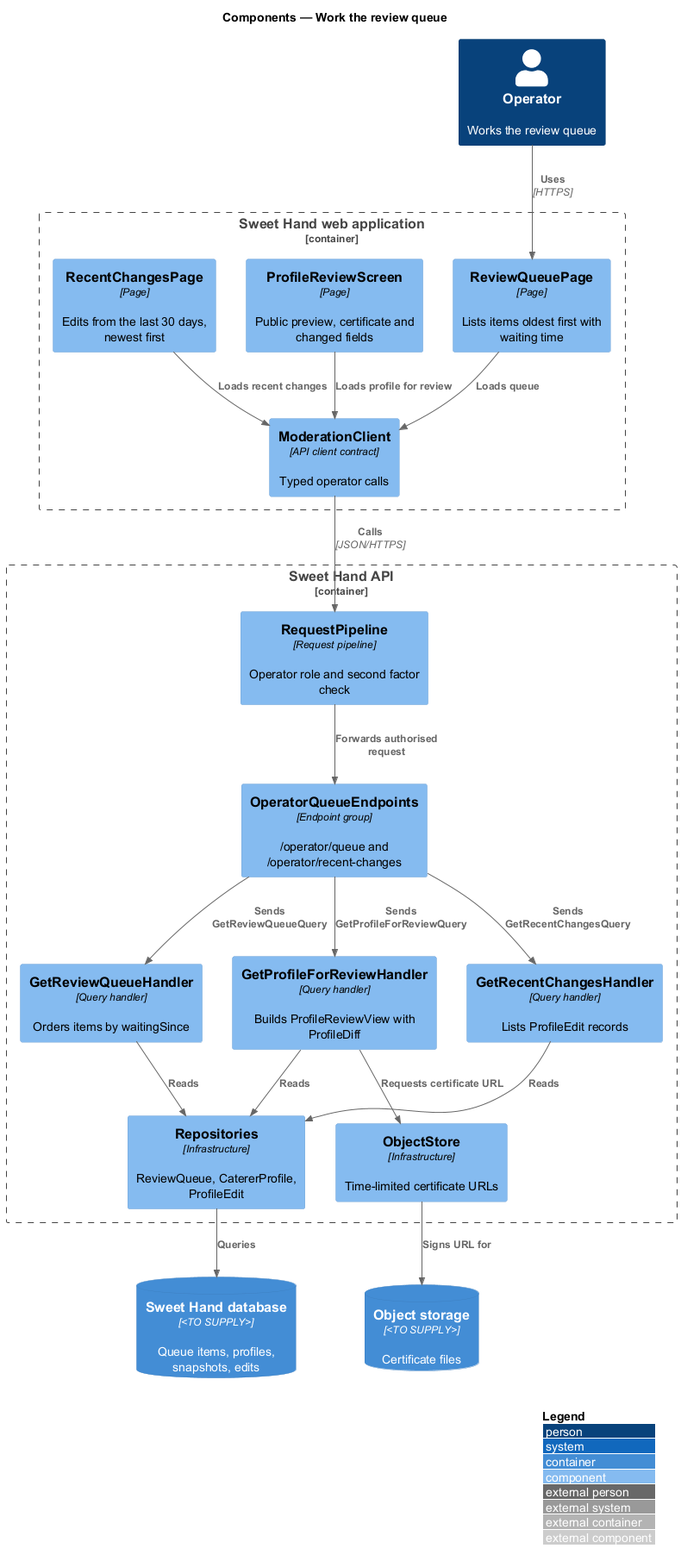
Above: docs/detailed-designs/moderation/work-review-queue/diagrams/c4-component.png in QuinntyneBrown/sweet-hand (PlantUML), before the change.
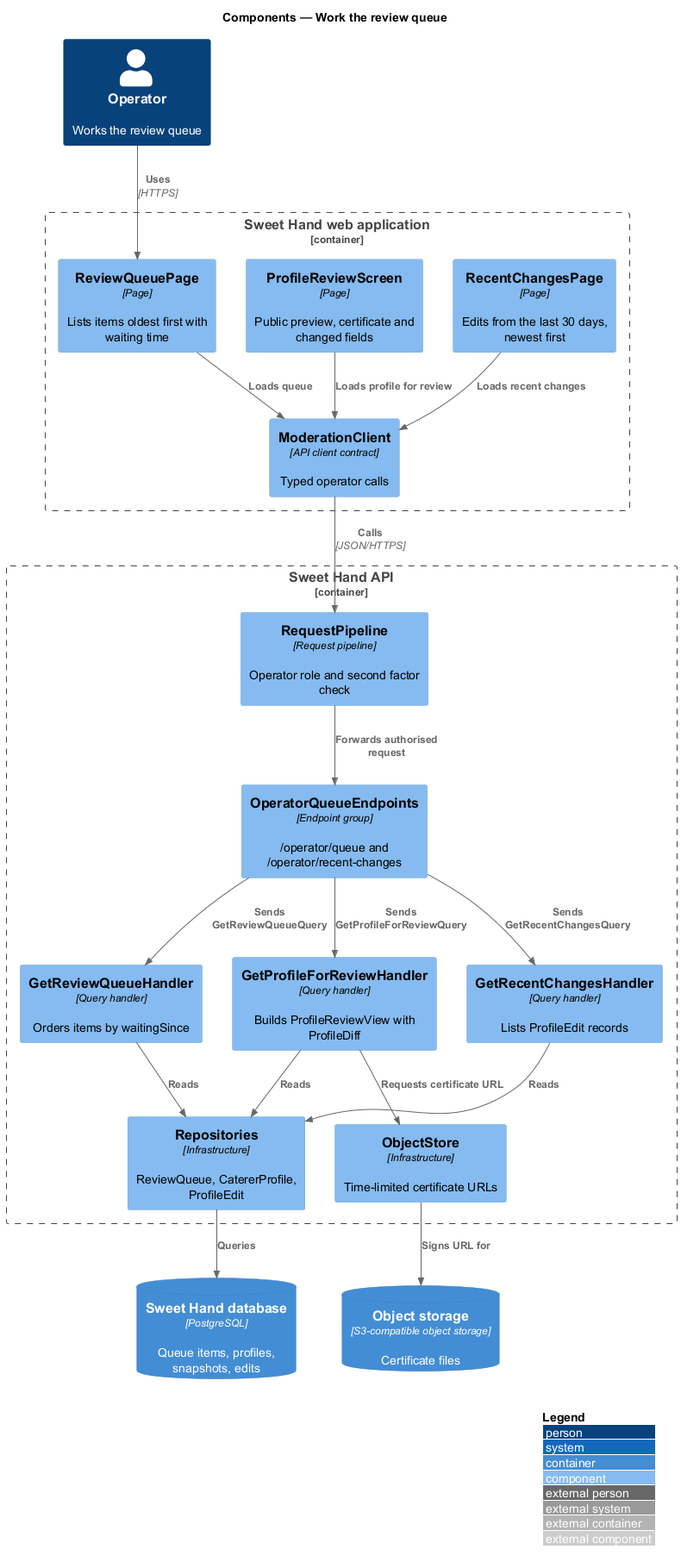
After the commit.

Diff of the diagram source:
```diff
@@ -19,8 +19,8 @@
   Component(repos, "Repositories", "Infrastructure", "ReviewQueue, CatererProfile, ProfileEdit")
   Component(objStore, "ObjectStore", "Infrastructure", "Time-limited certificate URLs")
 }
-ContainerDb(db, "Sweet Hand database", "<TO SUPPLY>", "Queue items, profiles, snapshots, edits")
-ContainerDb(storage, "Object storage", "<TO SUPPLY>", "Certificate files")
+ContainerDb(db, "Sweet Hand database", "PostgreSQL", "Queue items, profiles, snapshots, edits")
+ContainerDb(storage, "Object storage", "S3-compatible object storage", "Certificate files")
 
 Rel(operator, queuePage, "Uses", "HTTPS")
 Rel(queuePage, client, "Loads queue")
```
